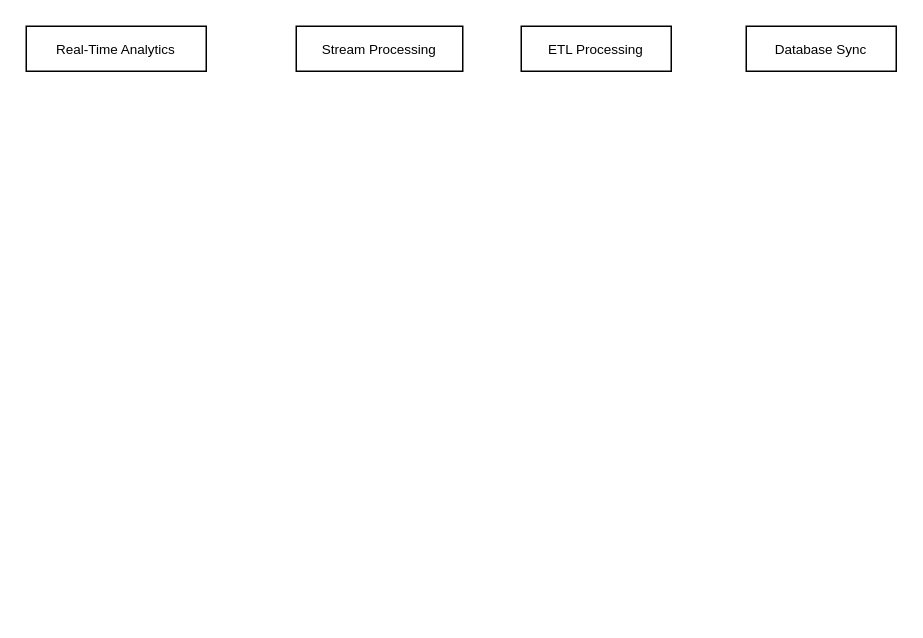
The draw.io diagram 云原生/流批一体大数据平台.drawio in Msimplehub/abbysun, before the edit. Source tidied: cells renumbered, new cells numbered last; positions are measured from the earlier drawing's top-left corner, leaving out a move shared by most shapes. Both pictures are drawn from the tidied source at 150%, with x=0, y=0 at pixel (26, 26).
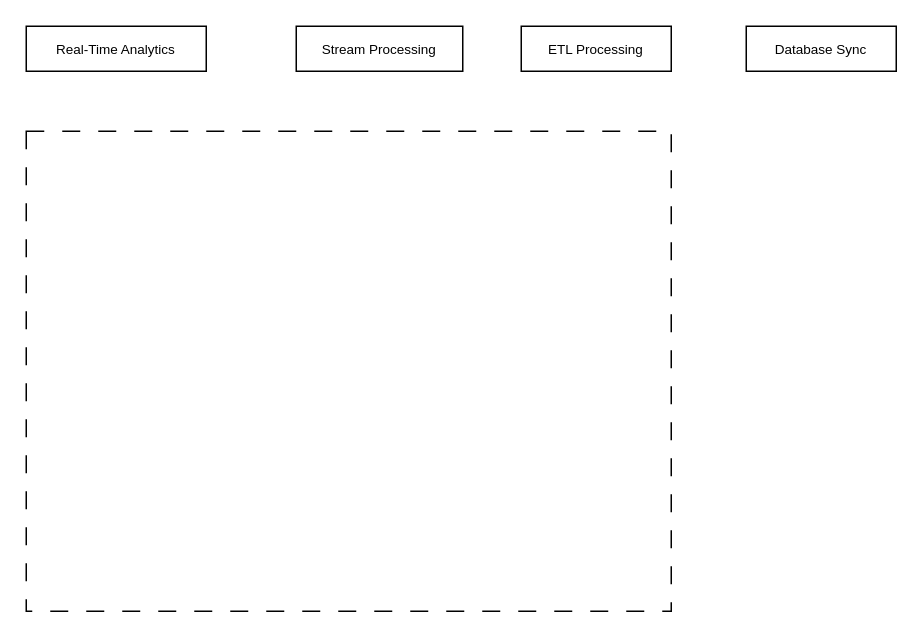
The same diagram, later.

Commit message (it also covers changes not shown here):
更新流批一体大数据平台.drawio

Change to the diagram source:
```diff
@@
 <mxGraphModel>
   <root>
     <mxCell id="0" />
     <mxCell id="1" parent="0" />
     <mxCell id="2" value="&lt;font style=&quot;font-size: 9px;&quot;&gt;Real-Time Analytics&lt;/font&gt;" style="rounded=0;whiteSpace=wrap;html=1;" parent="1" vertex="1">
       <mxGeometry width="120" height="30" as="geometry" />
     </mxCell>
     <mxCell id="3" value="&lt;font style=&quot;font-size: 9px;&quot;&gt;Stream Processing&lt;/font&gt;" style="rounded=0;whiteSpace=wrap;html=1;" parent="1" vertex="1">
       <mxGeometry x="180" width="111" height="30" as="geometry" />
     </mxCell>
     <mxCell id="4" value="&lt;font style=&quot;font-size: 9px;&quot;&gt;ETL Processing&lt;/font&gt;" style="rounded=0;whiteSpace=wrap;html=1;" parent="1" vertex="1">
       <mxGeometry x="330" width="100" height="30" as="geometry" />
     </mxCell>
     <mxCell id="5" value="&lt;font style=&quot;font-size: 9px;&quot;&gt;Database Sync&lt;/font&gt;" style="rounded=0;whiteSpace=wrap;html=1;" parent="1" vertex="1">
       <mxGeometry x="480" width="100" height="30" as="geometry" />
     </mxCell>
+    <mxCell id="6" style="rounded=0;whiteSpace=wrap;html=1;dashed=1;dashPattern=12 12;" parent="1" vertex="1">
+      <mxGeometry y="70" width="430" height="320" as="geometry" />
+    </mxCell>
   </root>
 </mxGraphModel>
```
